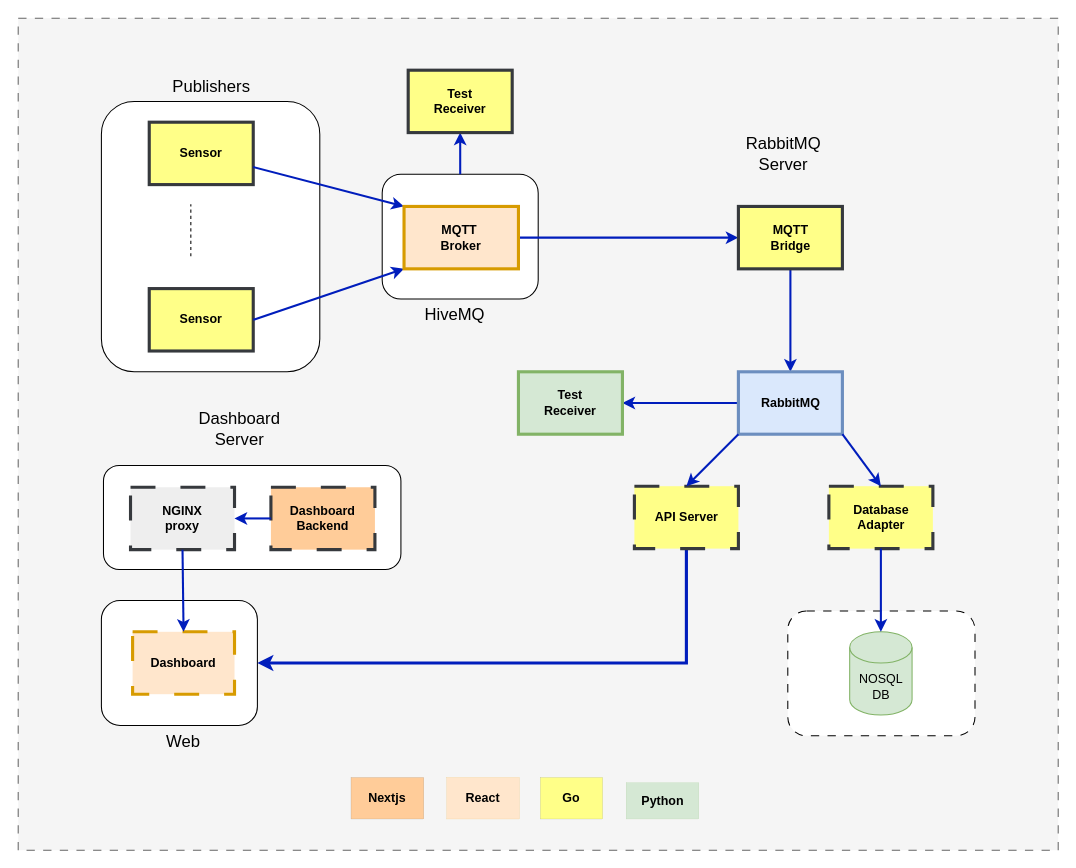
Earlier version of the draw.io diagram sensors.drawio (dmh2000/sensors). Source tidied: cells renumbered, new cells numbered last; positions are measured from the earlier drawing's top-left corner, leaving out a move shared by most shapes. Both pictures are drawn from the tidied source at 104%, with x=0, y=0 at pixel (18, 18).
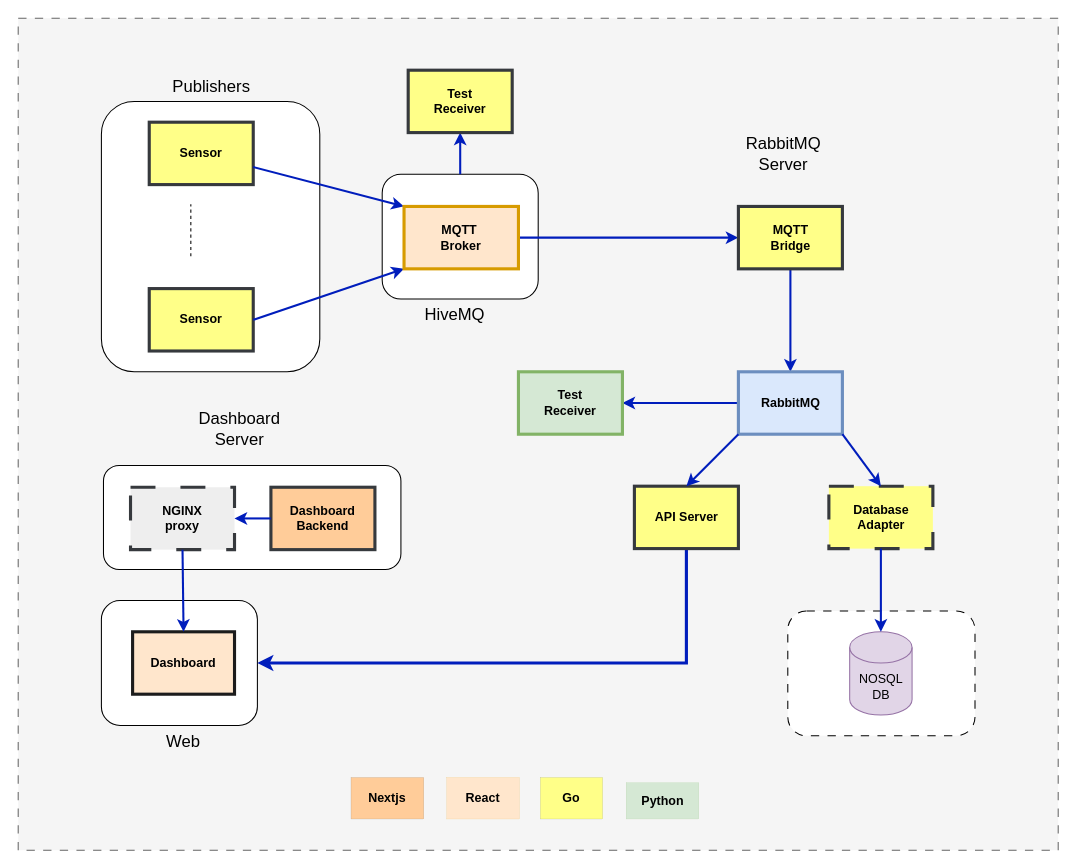
Above is the later version.

Change to the diagram source:
```diff
@@
-    <mxCell id="19" value="NOSQL&lt;div&gt;DB&lt;/div&gt;" style="shape=cylinder3;whiteSpace=wrap;html=1;boundedLbl=1;backgroundOutline=1;size=15;fillColor=#d5e8d4;strokeColor=#82b366;" parent="1" vertex="1">
+    <mxCell id="19" value="NOSQL&lt;div&gt;DB&lt;/div&gt;" style="shape=cylinder3;whiteSpace=wrap;html=1;boundedLbl=1;backgroundOutline=1;size=15;fillColor=#e1d5e7;strokeColor=#9673a6;" parent="1" vertex="1">
       <mxGeometry x="799.5" y="590" width="60" height="80" as="geometry" />
     </mxCell>
@@
-    <mxCell id="21" value="API Server" style="whiteSpace=wrap;align=center;verticalAlign=middle;fontStyle=1;strokeWidth=3;fillColor=#ffff88;strokeColor=#36393d;dashed=1;dashPattern=8 8;" parent="1" vertex="1">
+    <mxCell id="21" value="API Server" style="whiteSpace=wrap;align=center;verticalAlign=middle;fontStyle=1;strokeWidth=3;fillColor=#ffff88;strokeColor=#36393d;" parent="1" vertex="1">
       <mxGeometry x="592.5" y="450" width="100" height="60" as="geometry" />
     </mxCell>
@@
-    <mxCell id="28" value="Dashboard&#10;Backend" style="whiteSpace=wrap;align=center;verticalAlign=middle;fontStyle=1;strokeWidth=3;fillColor=#ffcc99;strokeColor=#36393d;dashed=1;dashPattern=8 8;" parent="1" vertex="1">
+    <mxCell id="28" value="Dashboard&#10;Backend" style="whiteSpace=wrap;align=center;verticalAlign=middle;fontStyle=1;strokeWidth=3;fillColor=#ffcc99;strokeColor=#36393d;" parent="1" vertex="1">
       <mxGeometry x="243" y="451" width="100" height="60" as="geometry" />
     </mxCell>
@@
-    <mxCell id="30" value="Dashboard" style="whiteSpace=wrap;align=center;verticalAlign=middle;fontStyle=1;strokeWidth=3;fillColor=#ffe6cc;strokeColor=#d79b00;dashed=1;dashPattern=8 8;" parent="1" vertex="1">
+    <mxCell id="30" value="Dashboard" style="whiteSpace=wrap;align=center;verticalAlign=middle;fontStyle=1;strokeWidth=3;fillColor=#ffe6cc;strokeColor=#1C1C1C;" parent="1" vertex="1">
       <mxGeometry x="110" y="590" width="98" height="60" as="geometry" />
     </mxCell>
```
